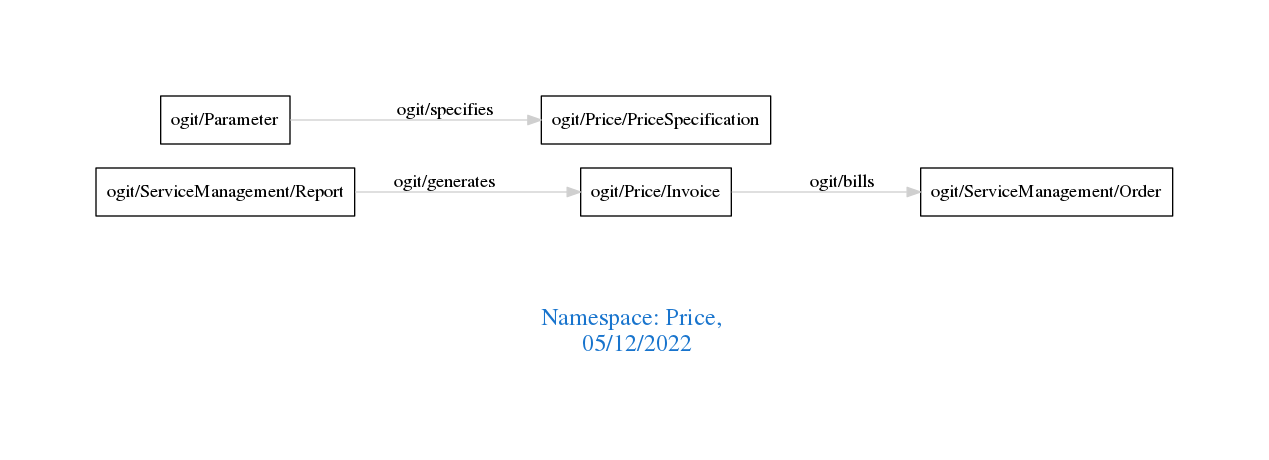
This is downloads/Price.png from arago/OGIT, a Graphviz export, as it was before one commit. Its source is kept beside it as downloads/Price.dot.
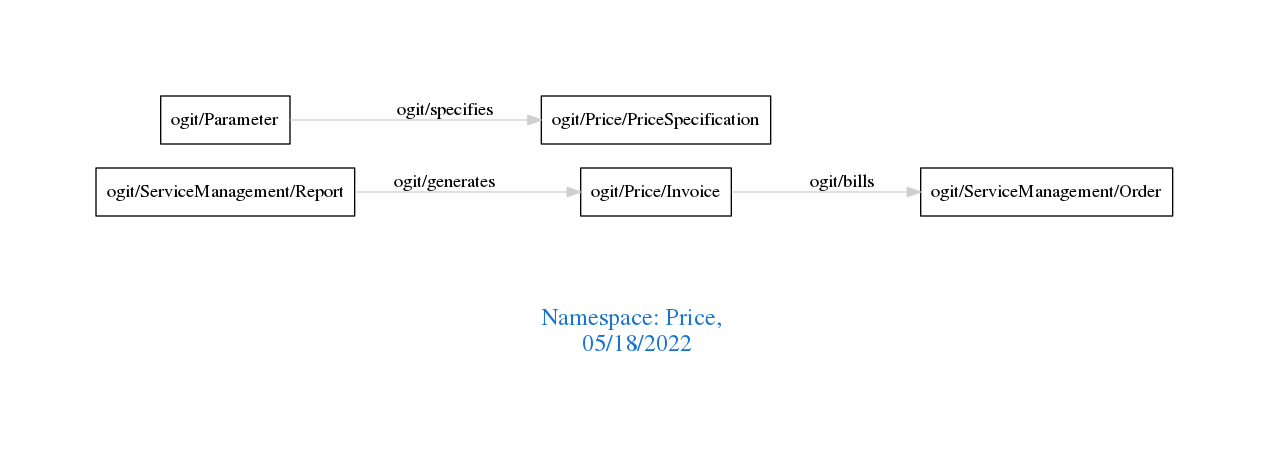
The same diagram one commit later.

The edit, as a diff of the source:
```diff
@@ -1,7 +1,7 @@
 digraph OGIT_ontology {
  graph [ rankdir= LR,pad=1
 fontsize = 18,
-fontcolor= dodgerblue3,label = "\n\n\nNamespace: Price, \n 05/12/2022"];
+fontcolor= dodgerblue3,label = "\n\n\nNamespace: Price, \n 05/18/2022"];
 node[shape=polygon];
 edge [  color="gray81"];
 
```
